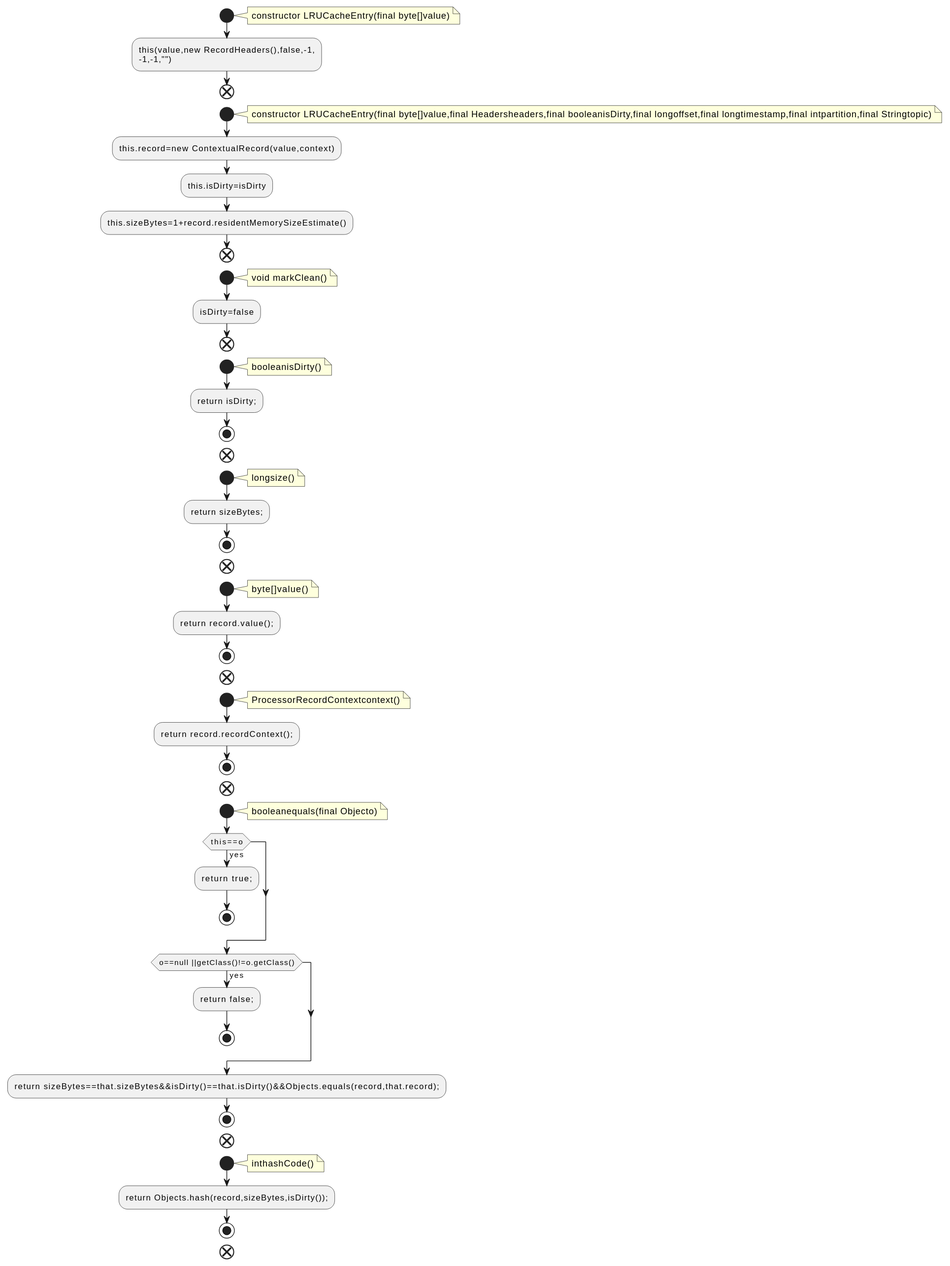
qualitesys/kafka keeps this PlantUML diagram as docs/qc/streams/src/main/java/org/apache/kafka/streams/state/internals/LRUCacheEntry.java.fct.svg. Above is the earlier version.
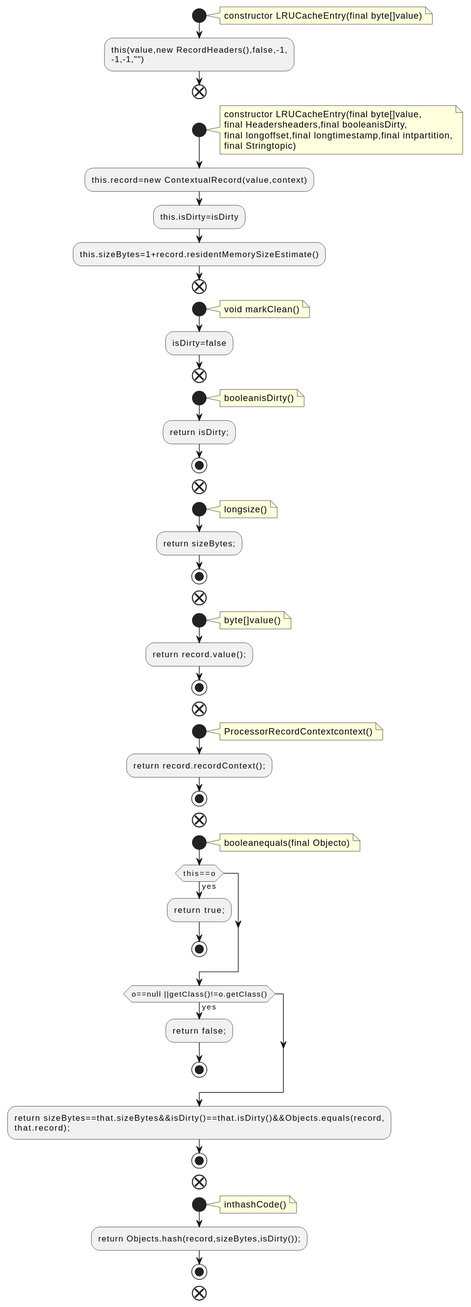
The same diagram one commit later.

What changed in the source:
```diff
@@ -9,7 +9,10 @@
 end
 start
 note right
-constructor LRUCacheEntry(final byte[]value,final Headersheaders,final booleanisDirty,final longoffset,final longtimestamp,final intpartition,final Stringtopic)
+constructor LRUCacheEntry(final byte[]value,
+final Headersheaders,final booleanisDirty,
+final longoffset,final longtimestamp,final intpartition,
+final Stringtopic)
 end note
 :this.record=new ContextualRecord(value,context);
 :this.isDirty=isDirty;
@@ -61,7 +64,8 @@
 :return false;;
 stop
 endif
-:return sizeBytes==that.sizeBytes&&isDirty()==that.isDirty()&&Objects.equals(record,that.record);;
+:return sizeBytes==that.sizeBytes&&isDirty()==that.isDirty()&&Objects.equals(record,
+that.record);;
 stop
 end
 start
```
